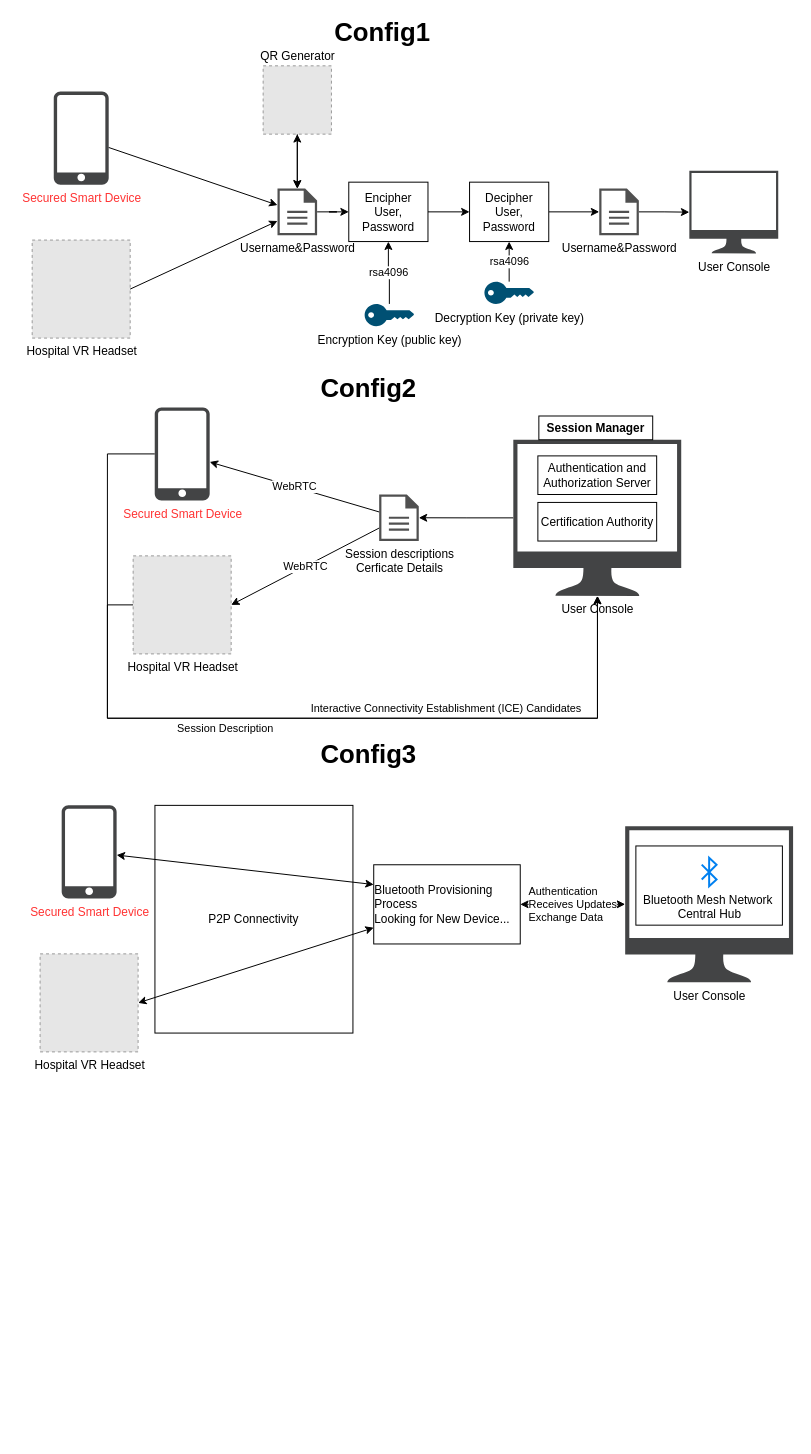
This is ConvMed-SetNetwork.drawio from PJPDQ/Engineering-Workflows, a draw.io file, before an edit. Source tidied: cells renumbered, new cells numbered last; positions are measured from the earlier drawing's top-left corner, leaving out a move shared by most shapes. Both pictures are drawn from the tidied source at 99%, with x=0, y=0 at pixel (32, 17). Pictures stored in the file or linked from it are replaced by grey dashed boxes.
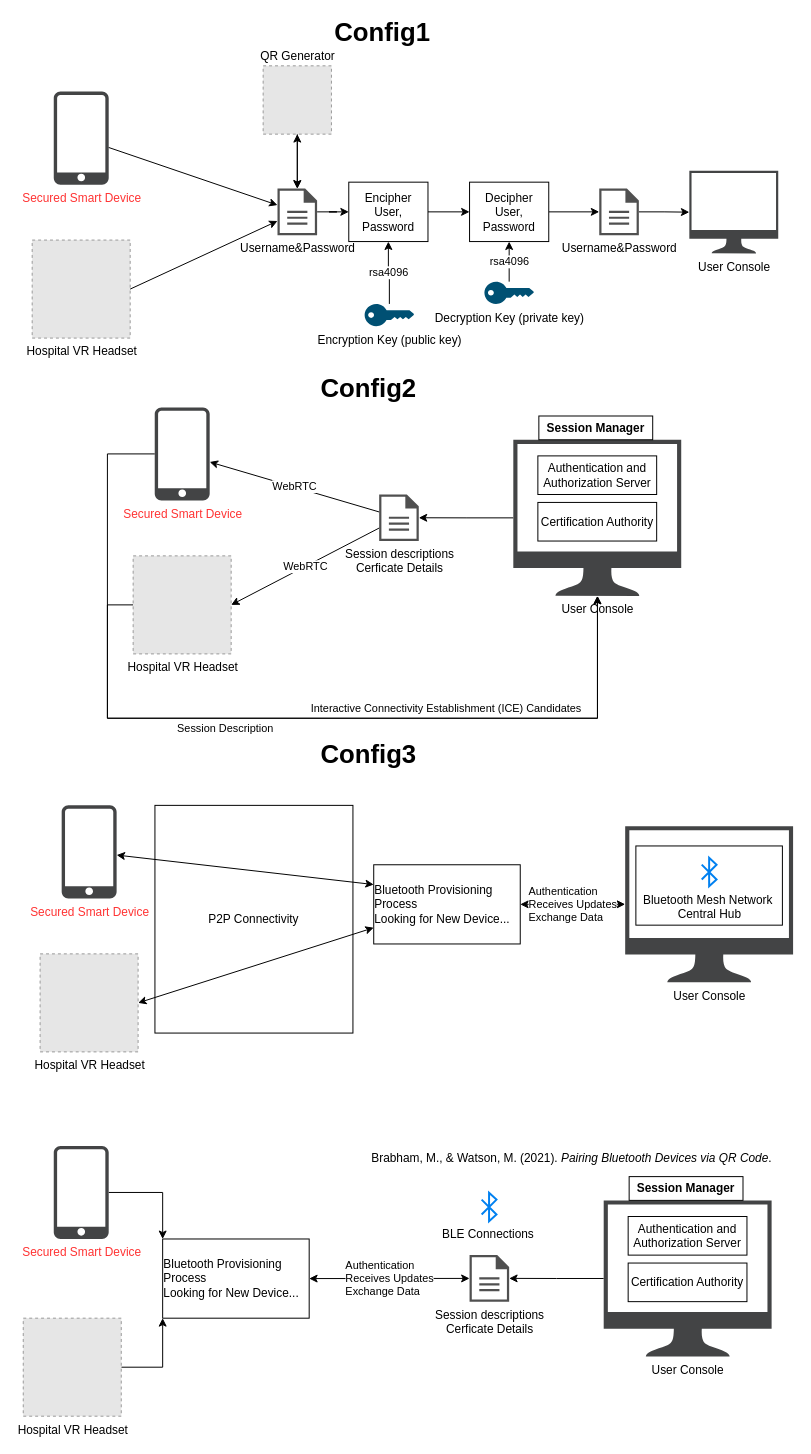
Above is the later version.

What changed in the source:
```diff
@@
+    <mxCell id="47" style="edgeStyle=orthogonalEdgeStyle;rounded=0;jettySize=auto;html=1;" parent="1" edge="1" source="48" target="52">
+      <mxGeometry relative="1" as="geometry" />
+    </mxCell>
+    <mxCell id="48" value="User Console" style="sketch=0;shadow=0;dashed=0;html=1;strokeColor=none;fillColor=#434445;labelPosition=center;verticalLabelPosition=bottom;verticalAlign=top;align=center;outlineConnect=0;shape=mxgraph.vvd.monitor;" parent="1" vertex="1">
+      <mxGeometry x="577.3" y="1195" width="169.6" height="157.7" as="geometry" />
+    </mxCell>
+    <mxCell id="49" value="&lt;b&gt;Session Manager&lt;/b&gt;" style="rounded=0;whiteSpace=wrap;html=1;" parent="1" vertex="1">
+      <mxGeometry x="603" y="1171" width="115" height="24" as="geometry" />
+    </mxCell>
+    <mxCell id="50" value="Authentication and Authorization Server" style="rounded=0;whiteSpace=wrap;html=1;" parent="1" vertex="1">
+      <mxGeometry x="602" y="1211.3" width="120" height="39" as="geometry" />
+    </mxCell>
+    <mxCell id="51" value="Certification Authority" style="rounded=0;whiteSpace=wrap;html=1;" parent="1" vertex="1">
+      <mxGeometry x="602" y="1258.3" width="120" height="39" as="geometry" />
+    </mxCell>
+    <mxCell id="52" value="Session descriptions&lt;br&gt;Cerficate Details" style="sketch=0;shadow=0;dashed=0;html=1;strokeColor=none;fillColor=#505050;labelPosition=center;verticalLabelPosition=bottom;verticalAlign=top;outlineConnect=0;align=center;shape=mxgraph.office.concepts.document;" parent="1" vertex="1">
+      <mxGeometry x="441.8" y="1250.3" width="40" height="47" as="geometry" />
+    </mxCell>
+    <mxCell id="53" style="edgeStyle=orthogonalEdgeStyle;rounded=0;jettySize=auto;html=1;entryX=0;entryY=0;entryDx=0;entryDy=0;" parent="1" edge="1" source="54" target="59">
+      <mxGeometry relative="1" as="geometry" />
+    </mxCell>
+    <mxCell id="54" value="&lt;font color=&quot;#ff3333&quot;&gt;Secured Smart Device&lt;/font&gt;" style="sketch=0;shadow=0;dashed=0;html=1;strokeColor=none;fillColor=#434445;labelPosition=center;verticalLabelPosition=bottom;verticalAlign=top;align=center;outlineConnect=0;shape=mxgraph.vvd.phone;" parent="1" vertex="1">
+      <mxGeometry x="21.8" y="1140" width="55.5" height="94" as="geometry" />
+    </mxCell>
+    <mxCell id="55" style="edgeStyle=orthogonalEdgeStyle;rounded=0;jettySize=auto;html=1;entryX=0;entryY=1;entryDx=0;entryDy=0;" parent="1" edge="1" source="56" target="59">
+      <mxGeometry relative="1" as="geometry" />
+    </mxCell>
+    <mxCell id="56" value="Hospital VR Headset" style="fillColor=#E6E6E6;strokeColor=#999999;dashed=1;html=1;verticalAlign=top;verticalLabelPosition=bottom;labelBackgroundColor=#ffffff;" parent="1" vertex="1">
+      <mxGeometry x="-9" y="1314" width="99" height="99" as="geometry" />
+    </mxCell>
+    <mxCell id="57" value="BLE Connections&amp;nbsp;" style="html=1;verticalLabelPosition=bottom;align=center;labelBackgroundColor=#ffffff;verticalAlign=top;strokeWidth=2;strokeColor=#0080F0;shadow=0;dashed=0;shape=mxgraph.ios7.icons.bluetooth;" parent="1" vertex="1">
+      <mxGeometry x="454" y="1187.3" width="15" height="28.8" as="geometry" />
+    </mxCell>
+    <mxCell id="58" value="&lt;div style=&quot;text-align: left;&quot;&gt;Authentication&lt;/div&gt;&lt;div style=&quot;text-align: left;&quot;&gt;Receives Updates&lt;/div&gt;&lt;div style=&quot;text-align: left;&quot;&gt;Exchange Data&lt;/div&gt;" style="endArrow=classic;startArrow=classic;html=1;rounded=0;exitX=1;exitY=0.5;exitDx=0;exitDy=0;" parent="1" edge="1" source="59" target="52">
+      <mxGeometry relative="1" as="geometry" />
+    </mxCell>
+    <mxCell id="59" value="&lt;div style=&quot;text-align: left;&quot;&gt;&lt;span style=&quot;background-color: initial;&quot;&gt;Bluetooth Provisioning Process&lt;/span&gt;&lt;/div&gt;&lt;div style=&quot;text-align: left;&quot;&gt;&lt;span style=&quot;background-color: initial;&quot;&gt;Looking for New Device...&lt;/span&gt;&lt;/div&gt;" style="rounded=0;whiteSpace=wrap;html=1;" parent="1" vertex="1">
+      <mxGeometry x="131.8" y="1234" width="148" height="80" as="geometry" />
+    </mxCell>
+    <mxCell id="60" value="&lt;div style=&quot;line-height: 2; margin-left: 2em; text-indent:-2em;&quot; class=&quot;csl-bib-body&quot;&gt;&lt;br/&gt;  &lt;div class=&quot;csl-entry&quot;&gt;Brabham, M., &amp;amp; Watson, M. (2021). &lt;i&gt;Pairing Bluetooth Devices via QR Code&lt;/i&gt;.&lt;/div&gt;&lt;br/&gt;  &lt;span title=&quot;url_ver=Z39.88-2004&amp;amp;ctx_ver=Z39.88-2004&amp;amp;rfr_id=info%3Asid%2Fzotero.org%3A2&amp;amp;rft_val_fmt=info%3Aofi%2Ffmt%3Akev%3Amtx%3Ajournal&amp;amp;rft.genre=article&amp;amp;rft.atitle=Pairing%20Bluetooth%20Devices%20via%20QR%20Code&amp;amp;rft.aufirst=Martin&amp;amp;rft.aulast=Brabham&amp;amp;rft.au=Martin%20Brabham&amp;amp;rft.au=Myles%20Watson&amp;amp;rft.date=2021&quot; class=&quot;Z3988&quot;&gt;&lt;/span&gt;&lt;/div&gt;" style="text;whiteSpace=wrap;html=1;" parent="1" vertex="1">
+      <mxGeometry x="341.4" y="1110" width="423.6" height="40" as="geometry" />
+    </mxCell>
```
